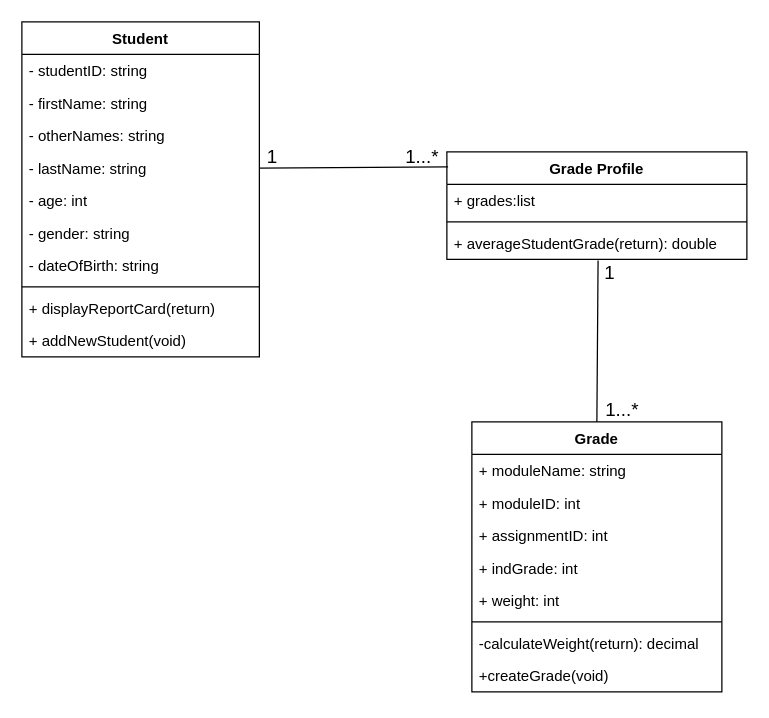
Before: Class Diagram.drawio in Kai-Rooke/OOP-Task-1, a draw.io diagram. Source tidied: cells renumbered, new cells numbered last; positions are measured from the earlier drawing's top-left corner, leaving out a move shared by most shapes. Both pictures are drawn from the tidied source at 125%, with x=0, y=0 at pixel (21, 21).
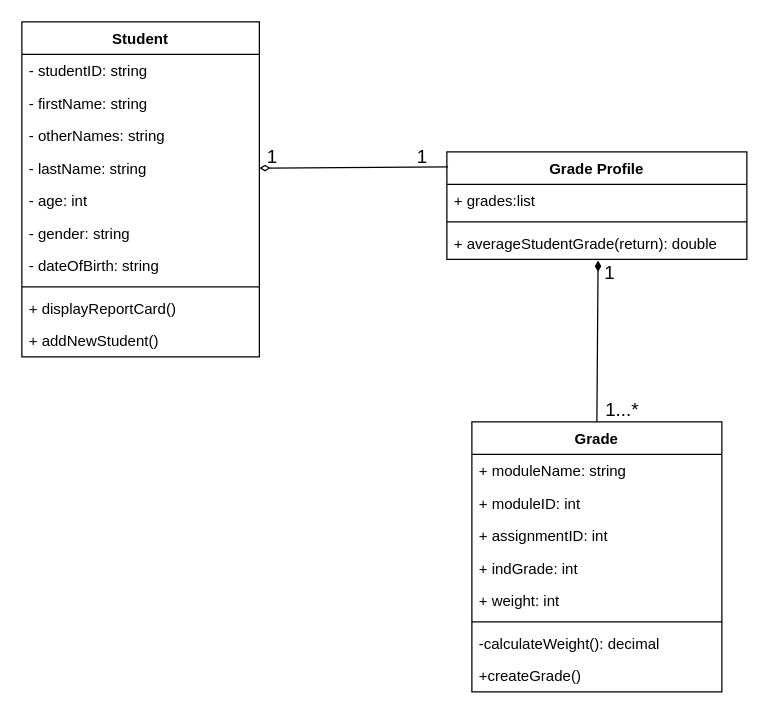
Above is the later version.

Unchanged cells that the change refers to:
```xml
<mxCell id="2" value="Student" style="swimlane;fontStyle=1;align=center;verticalAlign=top;horizontal=1;startSize=26;" parent="1" vertex="1">
  <mxGeometry width="190" height="268" as="geometry" />
</mxCell>
<mxCell id="6" value="- lastName: string" style="text;strokeColor=none;fillColor=none;align=left;verticalAlign=top;spacingLeft=4;spacingRight=4;overflow=hidden;points=[[0,0.5],[1,0.5]];portConstraint=eastwest;" parent="2" vertex="1">
  <mxGeometry y="104" width="190" height="26" as="geometry" />
</mxCell>
<mxCell id="13" value="Grade Profile" style="swimlane;fontStyle=1;align=center;verticalAlign=top;horizontal=1;startSize=26;" parent="1" vertex="1">
  <mxGeometry x="340" y="104" width="240" height="86" as="geometry" />
</mxCell>
<mxCell id="16" value="+ averageStudentGrade(return): double" style="text;strokeColor=none;fillColor=none;align=left;verticalAlign=top;spacingLeft=4;spacingRight=4;overflow=hidden;points=[[0,0.5],[1,0.5]];portConstraint=eastwest;" parent="13" vertex="1">
  <mxGeometry y="60" width="240" height="26" as="geometry" />
</mxCell>
<mxCell id="17" value="Grade" style="swimlane;fontStyle=1;align=center;verticalAlign=top;horizontal=1;startSize=26;" parent="1" vertex="1">
  <mxGeometry x="360" y="320" width="200" height="216" as="geometry" />
</mxCell>
```

What changed in the source:
```diff
@@
-    <mxCell id="11" value="+ displayReportCard(return)" style="text;strokeColor=none;fillColor=none;align=left;verticalAlign=top;spacingLeft=4;spacingRight=4;overflow=hidden;" parent="2" vertex="1">
+    <mxCell id="11" value="+ displayReportCard()" style="text;strokeColor=none;fillColor=none;align=left;verticalAlign=top;spacingLeft=4;spacingRight=4;overflow=hidden;" parent="2" vertex="1">
       <mxGeometry y="216" width="190" height="26" as="geometry" />
     </mxCell>
-    <mxCell id="12" value="+ addNewStudent(void)" style="text;strokeColor=none;fillColor=none;align=left;verticalAlign=top;spacingLeft=4;spacingRight=4;overflow=hidden;" parent="2" vertex="1">
+    <mxCell id="12" value="+ addNewStudent()" style="text;strokeColor=none;fillColor=none;align=left;verticalAlign=top;spacingLeft=4;spacingRight=4;overflow=hidden;" parent="2" vertex="1">
       <mxGeometry y="242" width="190" height="26" as="geometry" />
     </mxCell>
@@
-    <mxCell id="24" value="-calculateWeight(return): decimal" style="text;strokeColor=none;fillColor=none;align=left;verticalAlign=top;spacingLeft=4;spacingRight=4;overflow=hidden;" parent="17" vertex="1">
+    <mxCell id="24" value="-calculateWeight(): decimal" style="text;strokeColor=none;fillColor=none;align=left;verticalAlign=top;spacingLeft=4;spacingRight=4;overflow=hidden;" parent="17" vertex="1">
       <mxGeometry y="164" width="200" height="26" as="geometry" />
     </mxCell>
-    <mxCell id="25" value="+createGrade(void)" style="text;strokeColor=none;fillColor=none;align=left;verticalAlign=top;spacingLeft=4;spacingRight=4;overflow=hidden;" parent="17" vertex="1">
+    <mxCell id="25" value="+createGrade()" style="text;strokeColor=none;fillColor=none;align=left;verticalAlign=top;spacingLeft=4;spacingRight=4;overflow=hidden;" parent="17" vertex="1">
       <mxGeometry y="190" width="200" height="26" as="geometry" />
     </mxCell>
-    <mxCell id="26" style="endArrow=none;html=1;entryX=0.5;entryY=0;entryDx=0;entryDy=0;endFill=0;exitX=0.504;exitY=1.038;exitDx=0;exitDy=0;exitPerimeter=0;" parent="1" edge="1" source="16" target="17">
+    <mxCell id="26" style="endArrow=none;html=1;entryX=0.5;entryY=0;entryDx=0;entryDy=0;endFill=0;exitX=0.504;exitY=1.038;exitDx=0;exitDy=0;exitPerimeter=0;startArrow=diamondThin;startFill=1;" parent="1" edge="1" source="16" target="17">
       <mxGeometry relative="1" as="geometry" />
     </mxCell>
-    <mxCell id="27" style="endArrow=none;html=1;entryX=0.004;entryY=0.14;entryDx=0;entryDy=0;endFill=0;exitX=1;exitY=0.5;exitDx=0;exitDy=0;entryPerimeter=0;" parent="1" edge="1" source="6" target="13">
+    <mxCell id="27" style="endArrow=none;html=1;entryX=0.004;entryY=0.14;entryDx=0;entryDy=0;endFill=0;exitX=1;exitY=0.5;exitDx=0;exitDy=0;entryPerimeter=0;startArrow=diamondThin;startFill=0;" parent="1" edge="1" source="6" target="13">
       <mxGeometry relative="1" as="geometry" />
     </mxCell>
@@
-    <mxCell id="31" value="1...*" style="text;html=1;align=center;verticalAlign=middle;fontSize=15;" parent="1" vertex="1">
-      <mxGeometry x="300" y="97" width="40" height="20" as="geometry" />
+    <mxCell id="31" value="1" style="text;html=1;align=center;verticalAlign=middle;fontSize=15;" parent="1" vertex="1">
+      <mxGeometry x="310" y="97" width="20" height="20" as="geometry" />
     </mxCell>
```
